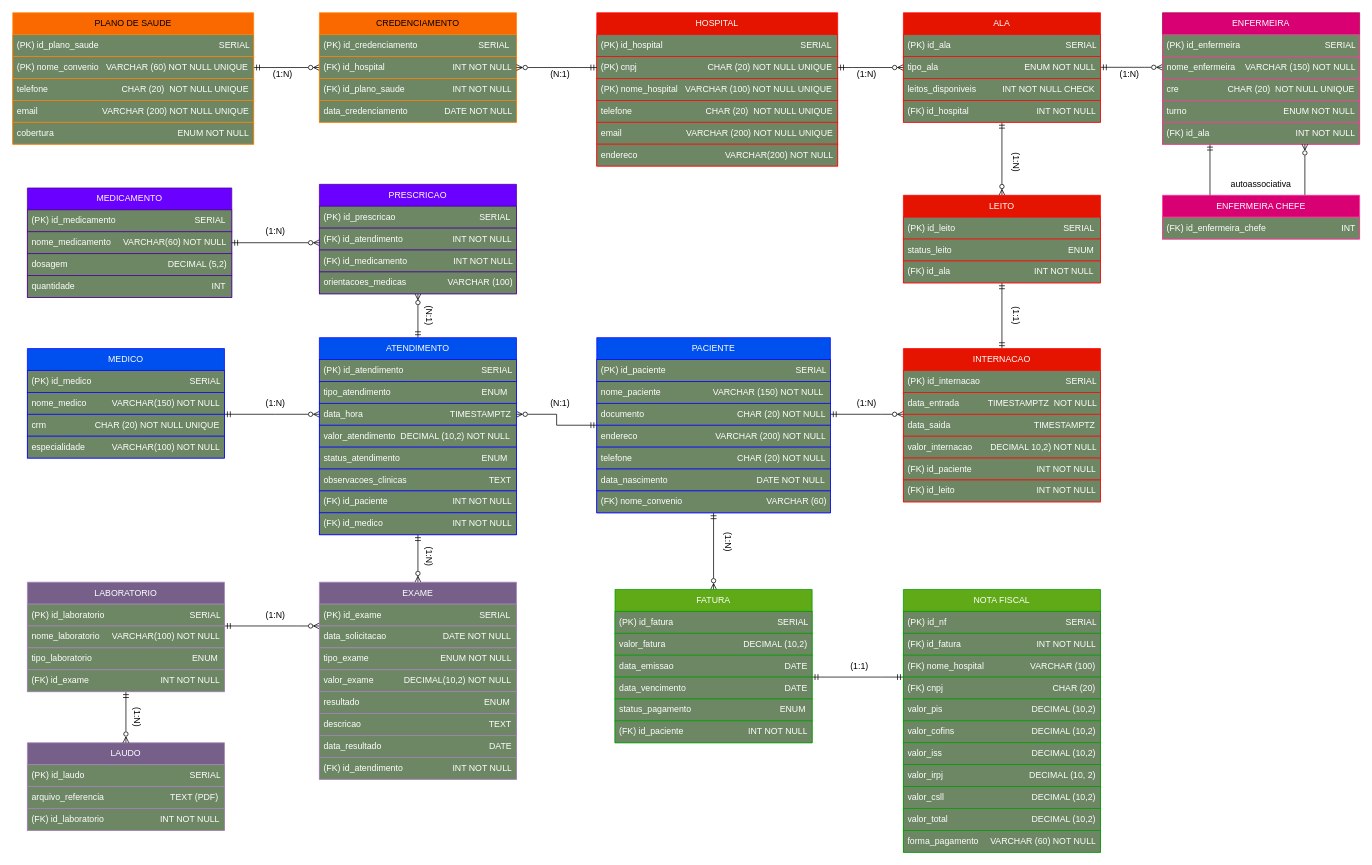
Earlier version of the draw.io diagram Diagrama_Sistema_Hospitalar/tabela_sistema_hospitalar.drawio (NaviCustomize/Sistema-Hospitalar). Source tidied: cells renumbered, new cells numbered last; positions are measured from the earlier drawing's top-left corner, leaving out a move shared by most shapes. Both pictures are drawn from the tidied source at 73%, with x=0, y=0 at pixel (12, 12).
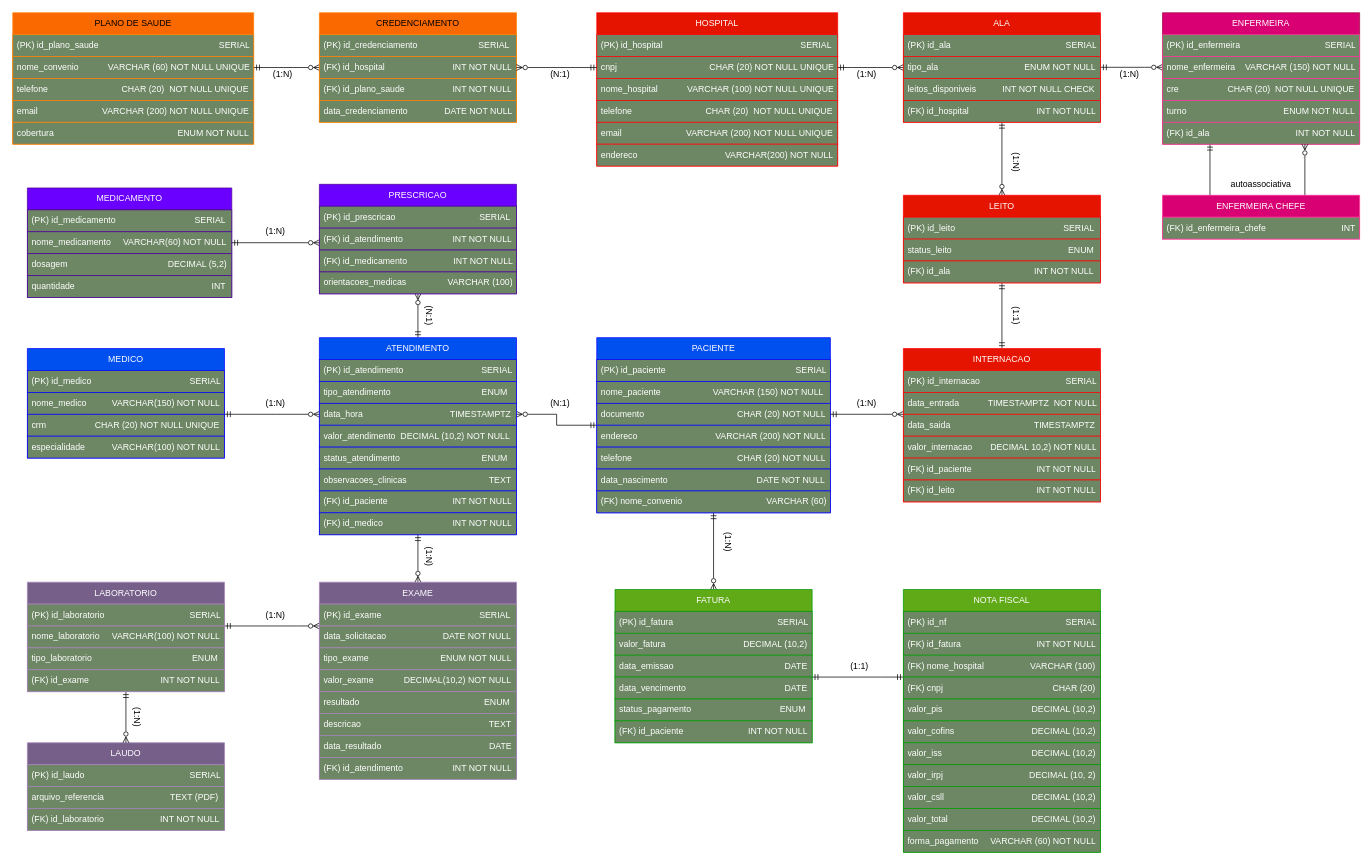
After the change.

Commit message:
DER do Sistema Hospitalar (Definitivo)

The change refers to these unchanged cells:
```xml
<mxCell id="3" value="HOSPITAL" style="swimlane;fontStyle=0;horizontal=1;startSize=30;whiteSpace=wrap;html=1;fillColor=#e51400;fontColor=#ffffff;strokeColor=#FF0000;" parent="1" vertex="1">
  <mxGeometry x="800" width="330" height="210" as="geometry" />
</mxCell>
<mxCell id="63" value="PLANO DE SAUDE" style="swimlane;fontStyle=0;horizontal=1;startSize=30;whiteSpace=wrap;html=1;fillColor=#fa6800;fontColor=#000000;strokeColor=#FF8000;" parent="1" vertex="1">
  <mxGeometry width="330" height="180" as="geometry" />
</mxCell>
```

The edit, as a diff of the source:
```diff
@@
-    <mxCell id="5" value="(PK) cnpj&amp;nbsp; &amp;nbsp; &amp;nbsp; &amp;nbsp; &amp;nbsp; &amp;nbsp; &amp;nbsp; &amp;nbsp; &amp;nbsp; &amp;nbsp; &amp;nbsp; &amp;nbsp; &amp;nbsp; &amp;nbsp; &amp;nbsp;CHAR (20) NOT NULL UNIQUE" style="text;strokeColor=#FF0000;fillColor=#6d8764;align=left;verticalAlign=middle;spacingLeft=4;spacingRight=4;overflow=hidden;points=[[0,0.5],[1,0.5]];portConstraint=eastwest;whiteSpace=wrap;html=1;fontColor=#ffffff;" parent="3" vertex="1">
+    <mxCell id="5" value="cnpj&amp;nbsp; &amp;nbsp; &amp;nbsp; &amp;nbsp; &amp;nbsp; &amp;nbsp; &amp;nbsp; &amp;nbsp; &amp;nbsp; &amp;nbsp; &amp;nbsp; &amp;nbsp; &amp;nbsp; &amp;nbsp; &amp;nbsp; &amp;nbsp; &amp;nbsp; &amp;nbsp; &amp;nbsp; CHAR (20) NOT NULL UNIQUE" style="text;strokeColor=#FF0000;fillColor=#6d8764;align=left;verticalAlign=middle;spacingLeft=4;spacingRight=4;overflow=hidden;points=[[0,0.5],[1,0.5]];portConstraint=eastwest;whiteSpace=wrap;html=1;fontColor=#ffffff;" parent="3" vertex="1">
       <mxGeometry y="60" width="330" height="30" as="geometry" />
     </mxCell>
-    <mxCell id="6" value="(PK) nome_hospital&amp;nbsp; &amp;nbsp;VARCHAR (100) NOT NULL UNIQUE" style="text;strokeColor=#FF0000;fillColor=#6d8764;align=left;verticalAlign=middle;spacingLeft=4;spacingRight=4;overflow=hidden;whiteSpace=wrap;html=1;fontColor=#ffffff;" parent="3" vertex="1">
+    <mxCell id="6" value="nome_hospital&amp;nbsp; &amp;nbsp; &amp;nbsp; &amp;nbsp; &amp;nbsp; &amp;nbsp; VARCHAR (100) NOT NULL UNIQUE" style="text;strokeColor=#FF0000;fillColor=#6d8764;align=left;verticalAlign=middle;spacingLeft=4;spacingRight=4;overflow=hidden;whiteSpace=wrap;html=1;fontColor=#ffffff;" parent="3" vertex="1">
       <mxGeometry y="90" width="330" height="30" as="geometry" />
     </mxCell>
@@
-    <mxCell id="65" value="(PK) nome_convenio&amp;nbsp; &amp;nbsp;VARCHAR (60) NOT NULL UNIQUE" style="text;strokeColor=#FF8000;fillColor=#6d8764;align=left;verticalAlign=middle;spacingLeft=4;spacingRight=4;overflow=hidden;whiteSpace=wrap;html=1;fontColor=#ffffff;" parent="63" vertex="1">
+    <mxCell id="65" value="nome_convenio&amp;nbsp; &amp;nbsp; &amp;nbsp; &amp;nbsp; &amp;nbsp; &amp;nbsp; VARCHAR (60) NOT NULL UNIQUE" style="text;strokeColor=#FF8000;fillColor=#6d8764;align=left;verticalAlign=middle;spacingLeft=4;spacingRight=4;overflow=hidden;whiteSpace=wrap;html=1;fontColor=#ffffff;" parent="63" vertex="1">
       <mxGeometry y="60" width="330" height="30" as="geometry" />
     </mxCell>
```
